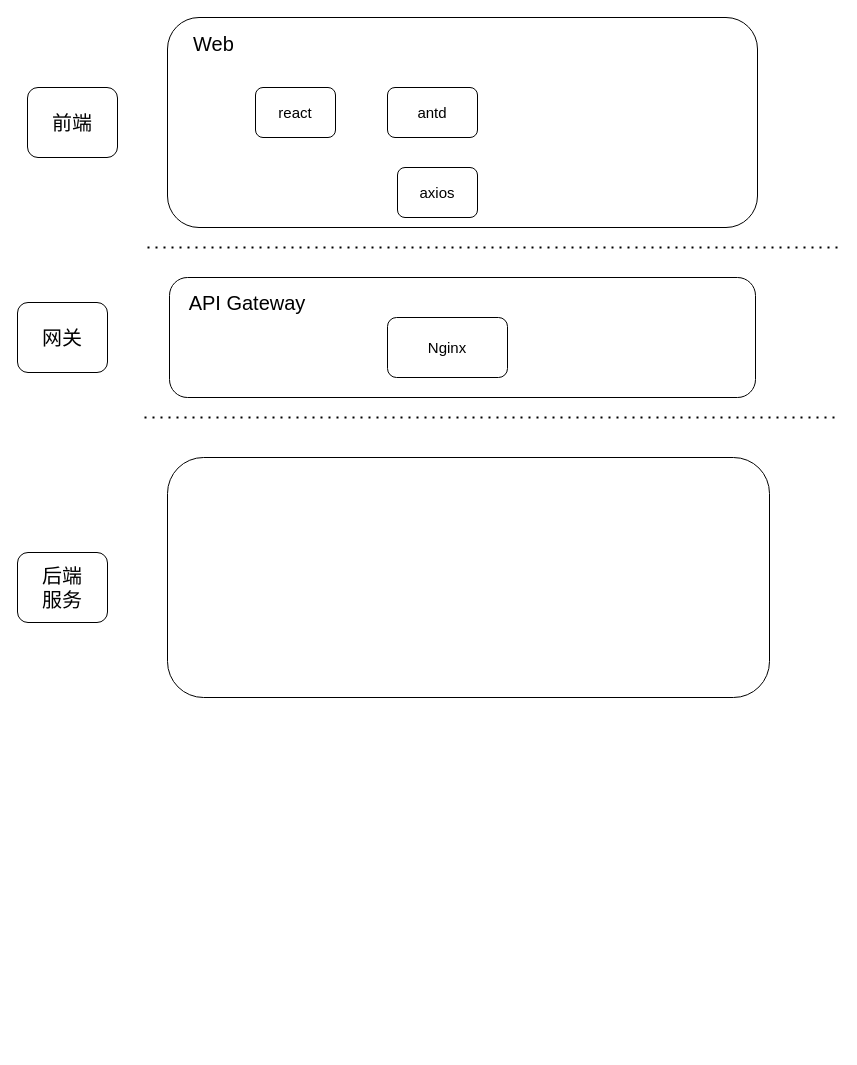
This is 实验室项目系统架构.drawio from AdhereZ/graph, a draw.io file, before an edit. Source tidied: cells renumbered, new cells numbered last; positions are measured from the earlier drawing's top-left corner, leaving out a move shared by most shapes. Both pictures are drawn from the tidied source at 100%, with x=0, y=0 at pixel (17, 17).
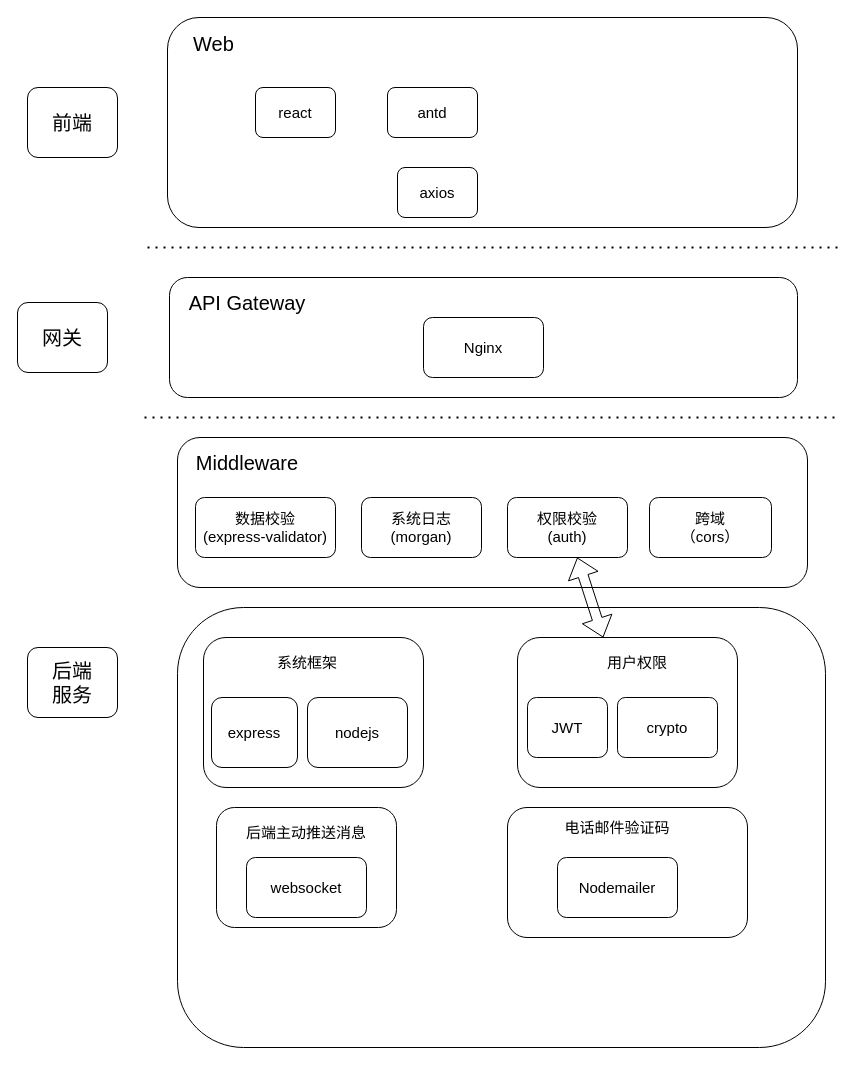
The same page after the edit.

Commit message (it also covers changes not shown here):
更新实验室项目系统架构.drawio

What changed in the source:
```diff
@@
     <mxCell id="4" style="rounded=1;whiteSpace=wrap;html=1;" parent="1" vertex="1">
-      <mxGeometry x="150" width="590" height="210" as="geometry" />
+      <mxGeometry x="150" width="630" height="210" as="geometry" />
     </mxCell>
@@
     <mxCell id="9" style="rounded=1;whiteSpace=wrap;html=1;" parent="1" vertex="1">
-      <mxGeometry x="152" y="260" width="586" height="120" as="geometry" />
+      <mxGeometry x="152" y="260" width="628" height="120" as="geometry" />
     </mxCell>
@@
     <mxCell id="11" value="Nginx" style="rounded=1;whiteSpace=wrap;html=1;fontSize=15;" parent="1" vertex="1">
-      <mxGeometry x="370" y="300" width="120" height="60" as="geometry" />
+      <mxGeometry x="406" y="300" width="120" height="60" as="geometry" />
     </mxCell>
@@
     <mxCell id="14" value="&lt;span style=&quot;font-size: 20px;&quot;&gt;后端&lt;br&gt;服务&lt;/span&gt;" style="rounded=1;whiteSpace=wrap;html=1;direction=south;" parent="1" vertex="1">
-      <mxGeometry y="535" width="90" height="70" as="geometry" />
+      <mxGeometry x="10" y="630" width="90" height="70" as="geometry" />
     </mxCell>
     <mxCell id="15" style="rounded=1;whiteSpace=wrap;html=1;fontSize=15;" parent="1" vertex="1">
-      <mxGeometry x="150" y="440" width="602" height="240" as="geometry" />
+      <mxGeometry x="160" y="590" width="648" height="440" as="geometry" />
     </mxCell>
+    <mxCell id="16" style="rounded=1;whiteSpace=wrap;html=1;fontSize=15;" parent="1" vertex="1">
+      <mxGeometry x="160" y="420" width="630" height="150" as="geometry" />
+    </mxCell>
+    <mxCell id="17" value="Middleware" style="text;html=1;strokeColor=none;fillColor=none;align=center;verticalAlign=middle;whiteSpace=wrap;rounded=0;fontSize=20;" parent="1" vertex="1">
+      <mxGeometry x="142" y="430" width="176" height="30" as="geometry" />
+    </mxCell>
+    <mxCell id="18" value="系统日志(morgan)" style="rounded=1;whiteSpace=wrap;html=1;fontSize=15;" parent="1" vertex="1">
+      <mxGeometry x="344" y="480" width="120" height="60" as="geometry" />
+    </mxCell>
+    <mxCell id="19" value="数据校验&lt;br&gt;(express-validator)" style="rounded=1;whiteSpace=wrap;html=1;fontSize=15;" parent="1" vertex="1">
+      <mxGeometry x="178" y="480" width="140" height="60" as="geometry" />
+    </mxCell>
+    <mxCell id="20" value="权限校验&lt;br&gt;(auth)" style="rounded=1;whiteSpace=wrap;html=1;fontSize=15;" parent="1" vertex="1">
+      <mxGeometry x="490" y="480" width="120" height="60" as="geometry" />
+    </mxCell>
+    <mxCell id="21" value="跨域&lt;br&gt;（cors）" style="rounded=1;whiteSpace=wrap;html=1;fontSize=15;" parent="1" vertex="1">
+      <mxGeometry x="632" y="480" width="122" height="60" as="geometry" />
+    </mxCell>
+    <mxCell id="22" style="rounded=1;whiteSpace=wrap;html=1;fontSize=15;" parent="1" vertex="1">
+      <mxGeometry x="500" y="620" width="220" height="150" as="geometry" />
+    </mxCell>
+    <mxCell id="23" value="JWT" style="rounded=1;whiteSpace=wrap;html=1;fontSize=15;" parent="1" vertex="1">
+      <mxGeometry x="510" y="680" width="80" height="60" as="geometry" />
+    </mxCell>
+    <mxCell id="24" value="crypto" style="rounded=1;whiteSpace=wrap;html=1;fontSize=15;arcSize=13;" parent="1" vertex="1">
+      <mxGeometry x="600" y="680" width="100" height="60" as="geometry" />
+    </mxCell>
+    <mxCell id="25" value="用户权限" style="text;html=1;strokeColor=none;fillColor=none;align=center;verticalAlign=middle;whiteSpace=wrap;rounded=0;fontSize=15;" parent="1" vertex="1">
+      <mxGeometry x="560" y="630" width="120" height="30" as="geometry" />
+    </mxCell>
+    <mxCell id="26" style="shape=flexArrow;endArrow=classic;startArrow=classic;html=1;rounded=0;fontSize=15;" parent="1" edge="1" source="22" target="20">
+      <mxGeometry relative="1" as="geometry" />
+    </mxCell>
+    <mxCell id="27" style="rounded=1;whiteSpace=wrap;html=1;fontSize=15;" parent="1" vertex="1">
+      <mxGeometry x="186" y="620" width="220" height="150" as="geometry" />
+    </mxCell>
+    <mxCell id="28" value="系统框架" style="text;html=1;strokeColor=none;fillColor=none;align=center;verticalAlign=middle;whiteSpace=wrap;rounded=0;fontSize=15;" parent="1" vertex="1">
+      <mxGeometry x="250" y="630" width="80" height="30" as="geometry" />
+    </mxCell>
+    <mxCell id="29" value="express" style="rounded=1;whiteSpace=wrap;html=1;fontSize=15;" parent="1" vertex="1">
+      <mxGeometry x="194" y="680" width="86" height="70" as="geometry" />
+    </mxCell>
+    <mxCell id="30" value="nodejs" style="rounded=1;whiteSpace=wrap;html=1;fontSize=15;" parent="1" vertex="1">
+      <mxGeometry x="290" y="680" width="100" height="70" as="geometry" />
+    </mxCell>
+    <mxCell id="31" style="rounded=1;whiteSpace=wrap;html=1;fontSize=15;" parent="1" vertex="1">
+      <mxGeometry x="199" y="790" width="180" height="120" as="geometry" />
+    </mxCell>
+    <mxCell id="32" value="后端主动推送消息" style="text;html=1;strokeColor=none;fillColor=none;align=center;verticalAlign=middle;whiteSpace=wrap;rounded=0;fontSize=15;" parent="1" vertex="1">
+      <mxGeometry x="224" y="800" width="130" height="30" as="geometry" />
+    </mxCell>
+    <mxCell id="33" value="websocket" style="rounded=1;whiteSpace=wrap;html=1;fontSize=15;" parent="1" vertex="1">
+      <mxGeometry x="229" y="840" width="120" height="60" as="geometry" />
+    </mxCell>
+    <mxCell id="34" style="rounded=1;whiteSpace=wrap;html=1;fontSize=15;" parent="1" vertex="1">
+      <mxGeometry x="490" y="790" width="240" height="130" as="geometry" />
+    </mxCell>
+    <mxCell id="35" value="电话邮件验证码" style="text;html=1;strokeColor=none;fillColor=none;align=center;verticalAlign=middle;whiteSpace=wrap;rounded=0;fontSize=15;" parent="1" vertex="1">
+      <mxGeometry x="545" y="795" width="110" height="30" as="geometry" />
+    </mxCell>
+    <mxCell id="36" value="Nodemailer" style="rounded=1;whiteSpace=wrap;html=1;fontSize=15;" parent="1" vertex="1">
+      <mxGeometry x="540" y="840" width="120" height="60" as="geometry" />
+    </mxCell>
```
